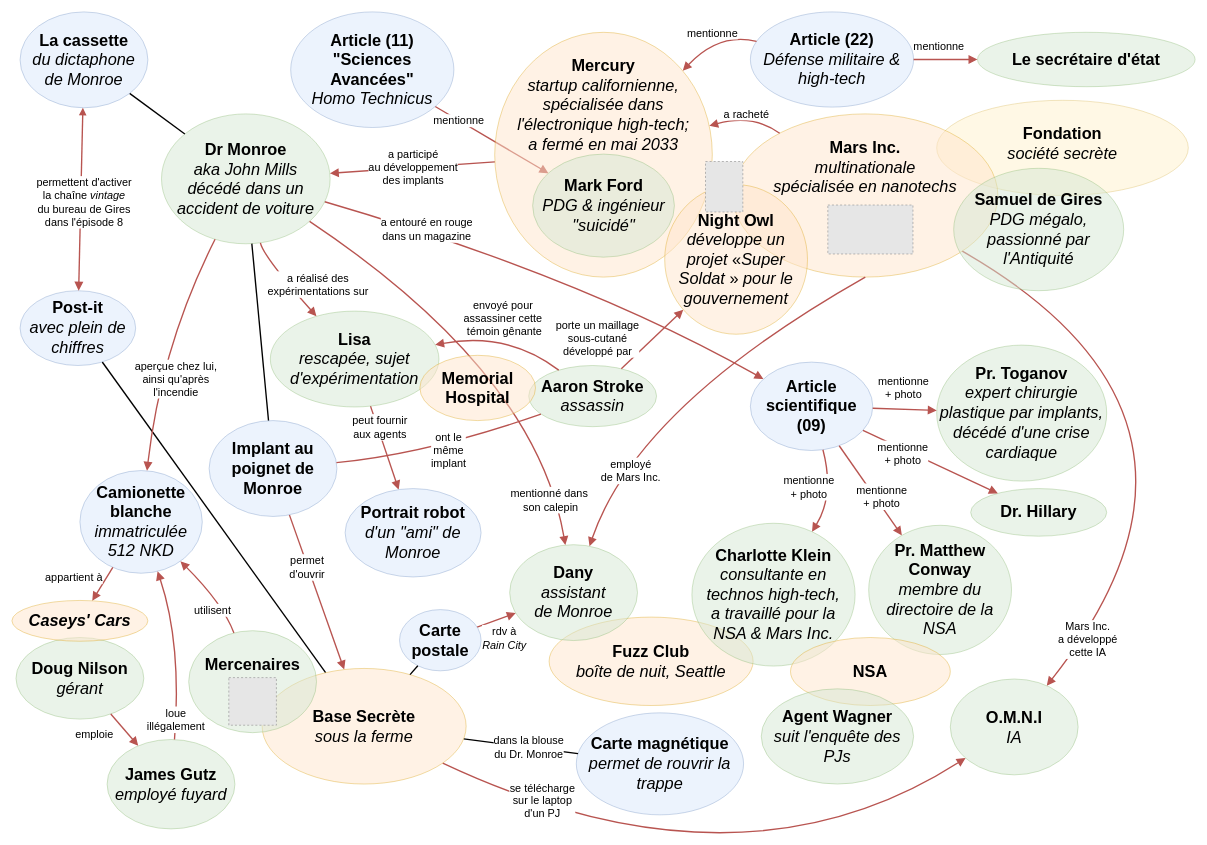
Before: CriticalFondation/Saison1-Diagramme.drawio in Lucas-C/jdr, a draw.io diagram. Source tidied: cells renumbered, new cells numbered last; positions are measured from the earlier drawing's top-left corner, leaving out a move shared by most shapes. Both pictures are drawn from the tidied source at 68%, with x=0, y=0 at pixel (12, 12). Pictures stored in the file or linked from it are replaced by grey dashed boxes.
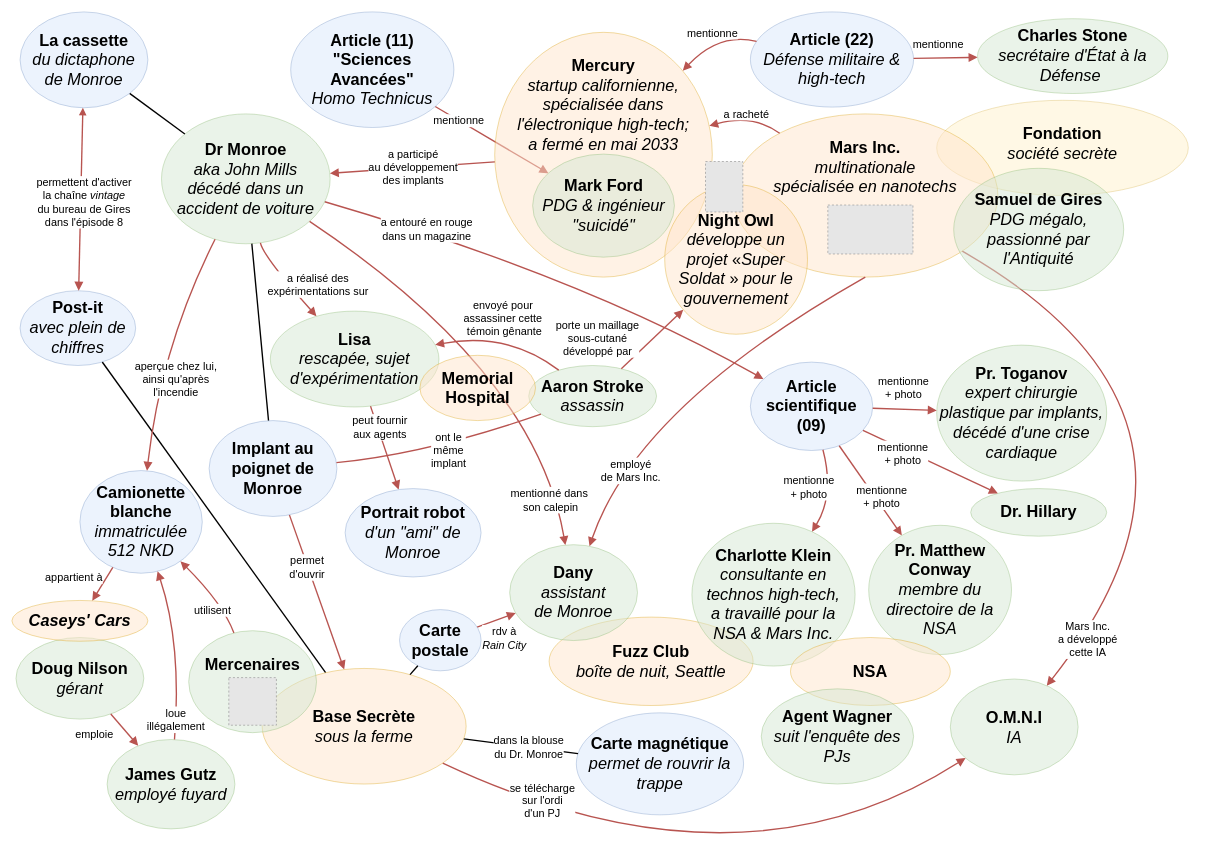
Above is the later version.

The change refers to these unchanged cells:
```xml
<mxCell id="55" style="edgeStyle=none;curved=1;html=1;endArrow=none;endFill=0;strokeColor=#b85450;strokeWidth=2;fontSize=24;startSize=8;startArrow=block;startFill=1;fillColor=#f8cecc;" parent="1" edge="1" source="9" target="82">
  <mxGeometry relative="1" as="geometry">
    <Array as="points">
      <mxPoint x="1070" y="1310" />
    </Array>
  </mxGeometry>
</mxCell>
```

The edit, as a diff of the source:
```diff
@@
-    <mxCell id="56" value="&lt;span style=&quot;font-size: 16px;&quot;&gt;se télécharge&lt;br&gt;sur le laptop&lt;br&gt;d'un PJ&lt;/span&gt;" style="edgeLabel;html=1;align=center;verticalAlign=middle;" parent="55" vertex="1">
+    <mxCell id="56" value="&lt;span style=&quot;font-size: 16px;&quot;&gt;se télécharge&lt;br&gt;sur l'ordi&lt;br&gt;d'un PJ&lt;/span&gt;" style="edgeLabel;html=1;align=center;verticalAlign=middle;" parent="55" vertex="1">
       <mxGeometry x="-0.11" y="2" relative="1" as="geometry">
         <mxPoint x="-296" y="-150" as="offset" />
       </mxGeometry>
     </mxCell>
@@
-    <mxCell id="72" value="&lt;b&gt;Le secrétaire d'état&lt;/b&gt;" style="ellipse;whiteSpace=wrap;html=1;rounded=0;shadow=0;strokeWidth=1;fillColor=#d5e8d4;fontSize=24;align=center;strokeColor=#82b366;opacity=50;" parent="1" vertex="1">
-      <mxGeometry x="1420" y="30" width="320" height="80" as="geometry" />
+    <mxCell id="72" value="&lt;b&gt;Charles Stone&lt;/b&gt;&lt;br&gt;&lt;i&gt;secrétaire d'État à la Défense&amp;nbsp;&lt;/i&gt;" style="ellipse;whiteSpace=wrap;html=1;rounded=0;shadow=0;strokeWidth=1;fillColor=#d5e8d4;fontSize=24;align=center;strokeColor=#82b366;opacity=50;" parent="1" vertex="1">
+      <mxGeometry x="1420" y="10" width="280" height="110" as="geometry" />
     </mxCell>
```
